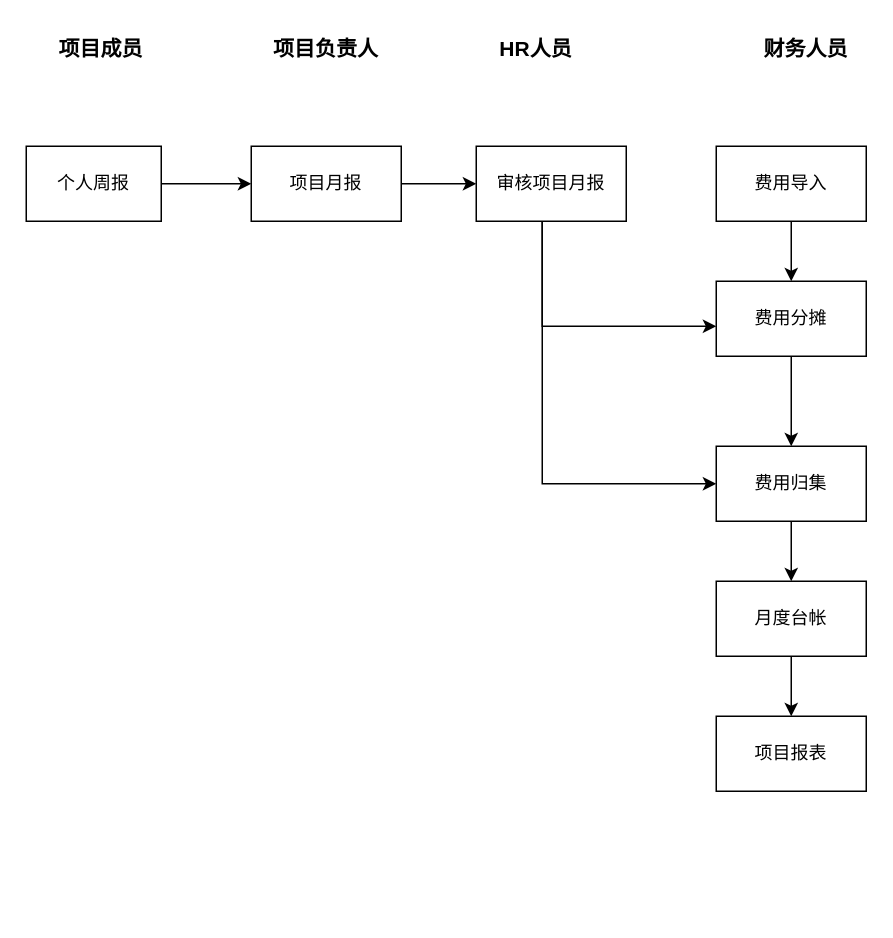
This is page "总体流程" (1 of 2) of shrine-doc/研发项目管理流程.drawio from easefulfil/CLOUDCARE, a draw.io file, before an edit. Source tidied: cells renumbered, new cells numbered last; positions are measured from the earlier drawing's top-left corner, leaving out a move shared by most shapes. Both pictures are drawn from the tidied source at 150%, with x=0, y=0 at pixel (26, 26).
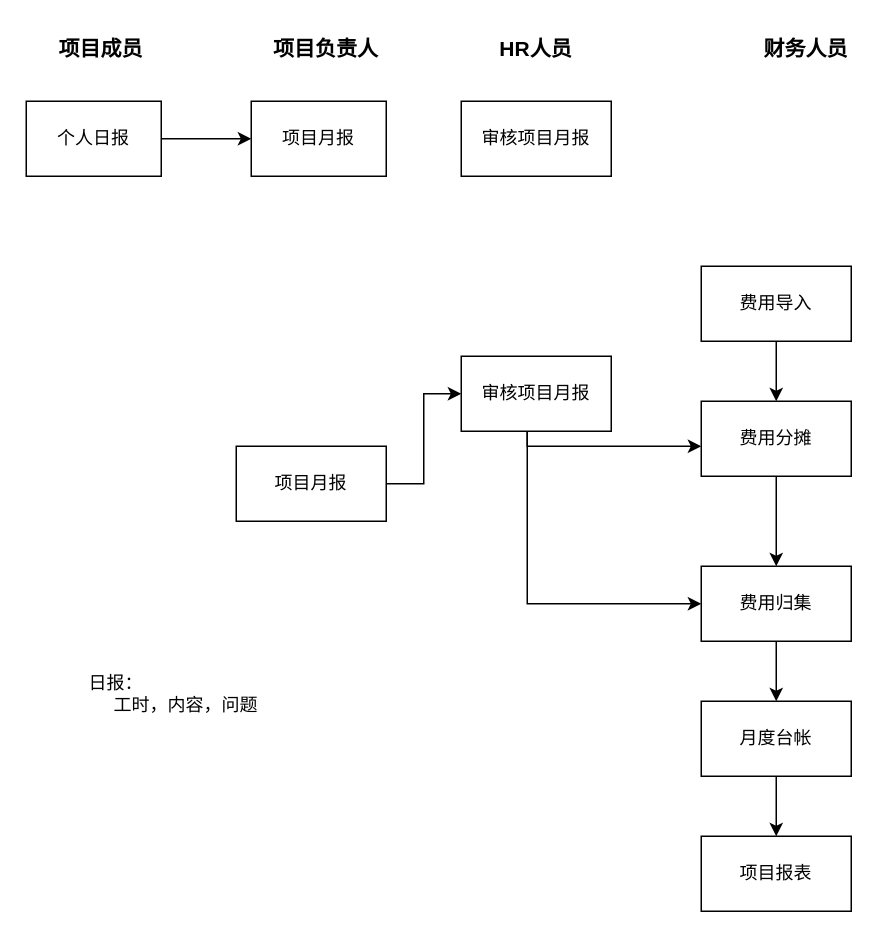
The same diagram, later.

Commit message:
Update 研发项目管理流程.drawio

The edit, as a diff of the source:
```diff
@@
     <mxCell id="3" value="费用导入" style="rounded=0;whiteSpace=wrap;html=1;" parent="1" vertex="1">
-      <mxGeometry x="460" y="80" width="100" height="50" as="geometry" />
+      <mxGeometry x="450" y="160" width="100" height="50" as="geometry" />
     </mxCell>
     <mxCell id="4" style="edgeStyle=orthogonalEdgeStyle;rounded=0;jettySize=auto;html=1;entryX=0;entryY=0.5;entryDx=0;entryDy=0;exitX=0.44;exitY=1.01;exitDx=0;exitDy=0;exitPerimeter=0;" parent="1" edge="1" source="20" target="10">
       <mxGeometry relative="1" as="geometry">
         <Array as="points">
-          <mxPoint x="344" y="131" />
-          <mxPoint x="344" y="325" />
+          <mxPoint x="334" y="385" />
         </Array>
       </mxGeometry>
     </mxCell>
@@
     <mxCell id="6" value="项目月报" style="rounded=0;whiteSpace=wrap;html=1;" parent="1" vertex="1">
-      <mxGeometry x="150" y="80" width="100" height="50" as="geometry" />
+      <mxGeometry x="140" y="280" width="100" height="50" as="geometry" />
     </mxCell>
@@
     <mxCell id="8" value="费用分摊" style="rounded=0;whiteSpace=wrap;html=1;" parent="1" vertex="1">
-      <mxGeometry x="460" y="170" width="100" height="50" as="geometry" />
+      <mxGeometry x="450" y="250" width="100" height="50" as="geometry" />
     </mxCell>
@@
     <mxCell id="10" value="费用归集" style="rounded=0;whiteSpace=wrap;html=1;" parent="1" vertex="1">
-      <mxGeometry x="460" y="280" width="100" height="50" as="geometry" />
+      <mxGeometry x="450" y="360" width="100" height="50" as="geometry" />
     </mxCell>
@@
     <mxCell id="12" value="月度台帐" style="rounded=0;whiteSpace=wrap;html=1;" parent="1" vertex="1">
-      <mxGeometry x="460" y="370" width="100" height="50" as="geometry" />
+      <mxGeometry x="450" y="450" width="100" height="50" as="geometry" />
     </mxCell>
@@
-    <mxCell id="16" style="edgeStyle=orthogonalEdgeStyle;rounded=0;jettySize=auto;html=1;entryX=0;entryY=0.5;entryDx=0;entryDy=0;" parent="1" edge="1" source="17" target="6">
-      <mxGeometry relative="1" as="geometry" />
-    </mxCell>
-    <mxCell id="17" value="个人周报" style="rounded=0;whiteSpace=wrap;html=1;" parent="1" vertex="1">
-      <mxGeometry y="80" width="90" height="50" as="geometry" />
-    </mxCell>
@@
     <mxCell id="19" style="edgeStyle=orthogonalEdgeStyle;rounded=0;jettySize=auto;html=1;entryX=0;entryY=0.6;entryDx=0;entryDy=0;entryPerimeter=0;" parent="1" edge="1" source="20" target="8">
       <mxGeometry relative="1" as="geometry">
         <Array as="points">
-          <mxPoint x="344" y="200" />
+          <mxPoint x="334" y="280" />
         </Array>
       </mxGeometry>
     </mxCell>
     <mxCell id="20" value="审核项目月报" style="rounded=0;whiteSpace=wrap;html=1;" parent="1" vertex="1">
-      <mxGeometry x="300" y="80" width="100" height="50" as="geometry" />
+      <mxGeometry x="290" y="220" width="100" height="50" as="geometry" />
     </mxCell>
     <mxCell id="21" value="项目报表" style="rounded=0;whiteSpace=wrap;html=1;" parent="1" vertex="1">
-      <mxGeometry x="460" y="460" width="100" height="50" as="geometry" />
+      <mxGeometry x="450" y="540" width="100" height="50" as="geometry" />
     </mxCell>
+    <mxCell id="22" value="审核项目月报" style="rounded=0;whiteSpace=wrap;html=1;" parent="1" vertex="1">
+      <mxGeometry x="290" y="50" width="100" height="50" as="geometry" />
+    </mxCell>
+    <mxCell id="23" style="edgeStyle=orthogonalEdgeStyle;rounded=0;jettySize=auto;html=1;entryX=0;entryY=0.5;entryDx=0;entryDy=0;" parent="1" edge="1" source="24" target="26">
+      <mxGeometry relative="1" as="geometry" />
+    </mxCell>
+    <mxCell id="24" value="个人日报" style="rounded=0;whiteSpace=wrap;html=1;" parent="1" vertex="1">
+      <mxGeometry y="50" width="90" height="50" as="geometry" />
+    </mxCell>
+    <mxCell id="25" value="日报：&amp;nbsp;&lt;br&gt;&amp;nbsp; &amp;nbsp; &amp;nbsp;工时，内容，问题" style="text;html=1;strokeColor=none;fillColor=none;align=left;verticalAlign=middle;whiteSpace=wrap;rounded=0;" parent="1" vertex="1">
+      <mxGeometry x="40" y="390" width="200" height="110" as="geometry" />
+    </mxCell>
+    <mxCell id="26" value="项目月报" style="rounded=0;whiteSpace=wrap;html=1;" parent="1" vertex="1">
+      <mxGeometry x="150" y="50" width="90" height="50" as="geometry" />
+    </mxCell>
```
